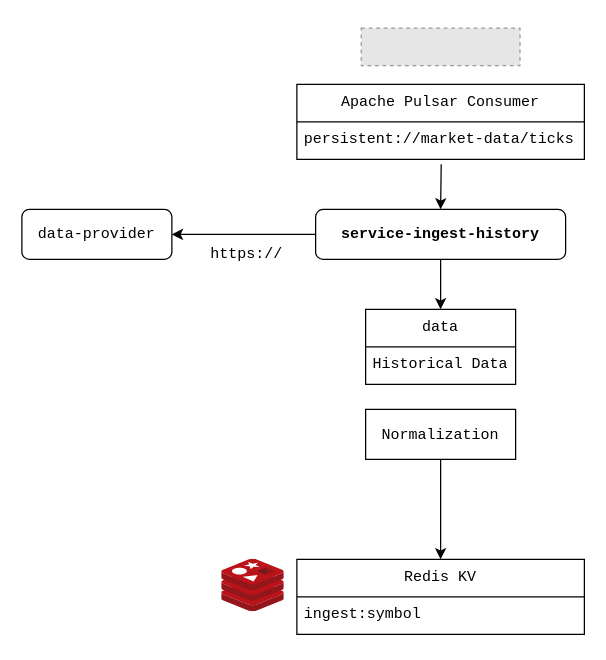
Above: backend/service-docs/docs/assets/service-ingest-history.drawio in rey-sudo/blacker (draw.io), before the change. Source tidied: cells renumbered, new cells numbered last; positions are measured from the earlier drawing's top-left corner, leaving out a move shared by most shapes. Both pictures are drawn from the tidied source at 125%, with x=0, y=0 at pixel (21, 28). Pictures stored in the file or linked from it are replaced by grey dashed boxes.
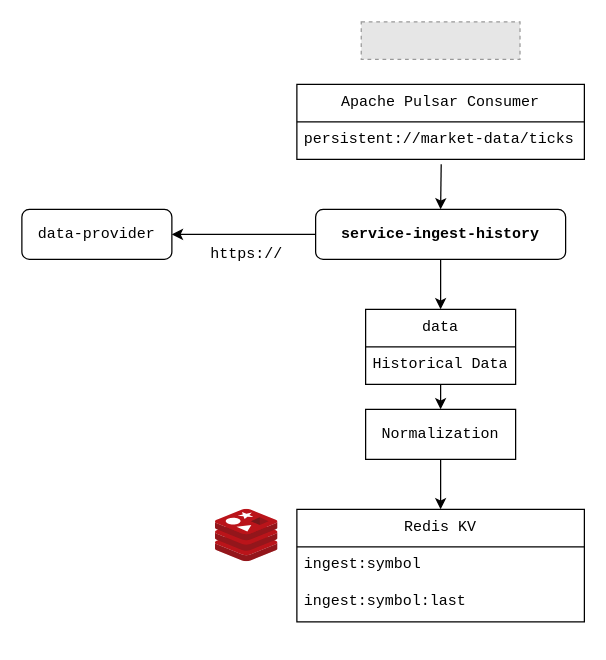
Above is the later version.

The change refers to these unchanged cells:
```xml
<mxCell id="6" value="&lt;b&gt;service-ingest-history&lt;/b&gt;" style="rounded=1;whiteSpace=wrap;html=1;fontFamily=Courier New;fontSize=12;" parent="1" vertex="1">
  <mxGeometry x="235" y="145" width="200" height="40" as="geometry" />
</mxCell>
<mxCell id="8" value="data" style="swimlane;fontStyle=0;horizontal=1;startSize=30;whiteSpace=wrap;html=1;fontFamily=Courier New;fontSize=12;verticalAlign=middle;" parent="1" vertex="1">
  <mxGeometry x="275" y="225" width="120" height="60" as="geometry" />
</mxCell>
<mxCell id="9" value="Historical Data" style="text;strokeColor=none;fillColor=none;align=left;verticalAlign=top;spacingLeft=4;spacingRight=4;overflow=hidden;points=[[0,0.5],[1,0.5]];portConstraint=eastwest;whiteSpace=wrap;html=1;fontFamily=Courier New;fontSize=12;" parent="8" vertex="1">
  <mxGeometry y="30" width="120" height="30" as="geometry" />
</mxCell>
<mxCell id="17" value="persistent://market-data/ticks" style="text;strokeColor=none;fillColor=none;align=left;verticalAlign=top;spacingLeft=4;spacingRight=4;overflow=hidden;points=[[0,0.5],[1,0.5]];portConstraint=eastwest;whiteSpace=wrap;html=1;fontSize=12;fontFamily=Courier New;" parent="16" vertex="1">
  <mxGeometry y="30" width="230" height="30" as="geometry" />
</mxCell>
```

What changed in the source:
```diff
@@
-    <mxCell id="5" style="edgeStyle=orthogonalEdgeStyle;rounded=0;jettySize=auto;html=1;exitX=0.5;exitY=1;exitDx=0;exitDy=0;entryX=0.5;entryY=0;entryDx=0;entryDy=0;" parent="1" edge="1" source="6" target="8">
+    <mxCell id="5" style="edgeStyle=orthogonalEdgeStyle;rounded=0;jettySize=auto;html=1;exitX=0.5;exitY=1;exitDx=0;exitDy=0;entryX=0.5;entryY=0;entryDx=0;entryDy=0;fontFamily=Courier New;" parent="1" edge="1" source="6" target="8">
       <mxGeometry relative="1" as="geometry" />
     </mxCell>
@@
     <mxCell id="10" value="Redis KV" style="swimlane;fontStyle=0;horizontal=1;startSize=30;whiteSpace=wrap;html=1;fontSize=12;fontFamily=Courier New;verticalAlign=middle;" parent="1" vertex="1">
-      <mxGeometry x="220" y="425" width="230" height="60" as="geometry" />
+      <mxGeometry x="220" y="385" width="230" height="90" as="geometry" />
     </mxCell>
@@
+    <mxCell id="19" value="ingest:symbol:last" style="text;strokeColor=none;fillColor=none;align=left;verticalAlign=top;spacingLeft=4;spacingRight=4;overflow=hidden;whiteSpace=wrap;html=1;fontSize=12;fontFamily=Courier New;" parent="10" vertex="1">
+      <mxGeometry y="60" width="230" height="30" as="geometry" />
+    </mxCell>
-    <mxCell id="12" style="edgeStyle=orthogonalEdgeStyle;rounded=0;jettySize=auto;html=1;exitX=0.5;exitY=1;exitDx=0;exitDy=0;entryX=0.5;entryY=0;entryDx=0;entryDy=0;" parent="1" edge="1" source="13" target="10">
+    <mxCell id="12" style="edgeStyle=orthogonalEdgeStyle;rounded=0;jettySize=auto;html=1;exitX=0.5;exitY=1;exitDx=0;exitDy=0;entryX=0.5;entryY=0;entryDx=0;entryDy=0;fontFamily=Courier New;" parent="1" edge="1" source="13" target="10">
       <mxGeometry relative="1" as="geometry" />
     </mxCell>
-    <mxCell id="13" value="&lt;font face=&quot;Courier New&quot;&gt;Normalization&lt;/font&gt;" style="rounded=0;whiteSpace=wrap;html=1;" parent="1" vertex="1">
+    <mxCell id="13" value="&lt;font&gt;Normalization&lt;/font&gt;" style="rounded=0;whiteSpace=wrap;html=1;fontFamily=Courier New;" parent="1" vertex="1">
       <mxGeometry x="275" y="305" width="120" height="40" as="geometry" />
     </mxCell>
-    <mxCell id="14" style="image;sketch=0;html=1;align=center;fontSize=12;image=img/lib/mscae/Cache_Redis_Product.svg;" parent="1" vertex="1">
-      <mxGeometry x="160" y="425" width="50" height="42" as="geometry" />
+    <mxCell id="14" style="image;sketch=0;html=1;align=center;fontSize=12;image=img/lib/mscae/Cache_Redis_Product.svg;fontFamily=Courier New;" parent="1" vertex="1">
+      <mxGeometry x="155" y="385" width="50" height="42" as="geometry" />
     </mxCell>
     <mxCell id="15" style="fillColor=#E6E6E6;strokeColor=#999999;dashed=1;" parent="1" vertex="1">
-      <mxGeometry x="271.5" width="127" height="30" as="geometry" />
+      <mxGeometry x="271.5" y="-5" width="127" height="30" as="geometry" />
     </mxCell>
@@
-    <mxCell id="18" style="edgeStyle=orthogonalEdgeStyle;rounded=0;jettySize=auto;html=1;exitX=0.5;exitY=0;exitDx=0;exitDy=0;entryX=0.502;entryY=1.133;entryDx=0;entryDy=0;entryPerimeter=0;startArrow=classic;startFill=1;endArrow=none;endFill=0;" parent="1" edge="1" source="6" target="17">
+    <mxCell id="18" style="edgeStyle=orthogonalEdgeStyle;rounded=0;jettySize=auto;html=1;exitX=0.5;exitY=0;exitDx=0;exitDy=0;entryX=0.502;entryY=1.133;entryDx=0;entryDy=0;entryPerimeter=0;startArrow=classic;startFill=1;endArrow=none;endFill=0;fontFamily=Courier New;" parent="1" edge="1" source="6" target="17">
       <mxGeometry relative="1" as="geometry" />
     </mxCell>
+    <mxCell id="20" style="edgeStyle=orthogonalEdgeStyle;rounded=0;jettySize=auto;html=1;exitX=0.5;exitY=0;exitDx=0;exitDy=0;entryX=0.5;entryY=1;entryDx=0;entryDy=0;entryPerimeter=0;startArrow=classic;startFill=1;endArrow=none;endFill=0;" parent="1" edge="1" source="13" target="9">
+      <mxGeometry relative="1" as="geometry" />
+    </mxCell>
```
